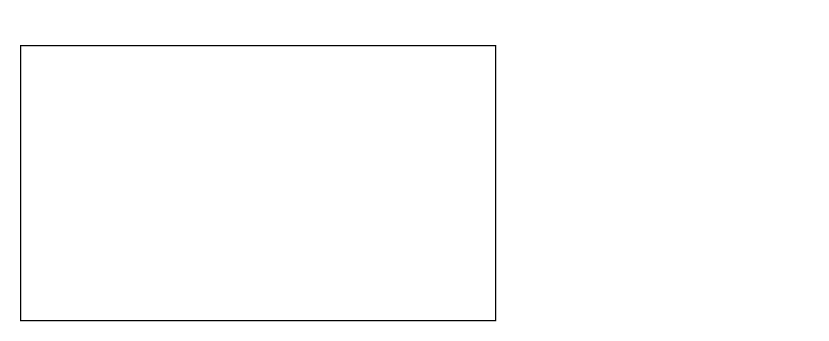
Before: 1st diagram.drawio in Samkalp360/My-1st-repository, a draw.io diagram. Source tidied: cells renumbered, new cells numbered last; positions are measured from the earlier drawing's top-left corner, leaving out a move shared by most shapes. Both pictures are drawn from the tidied source at 125%, with x=0, y=0 at pixel (20, 45).
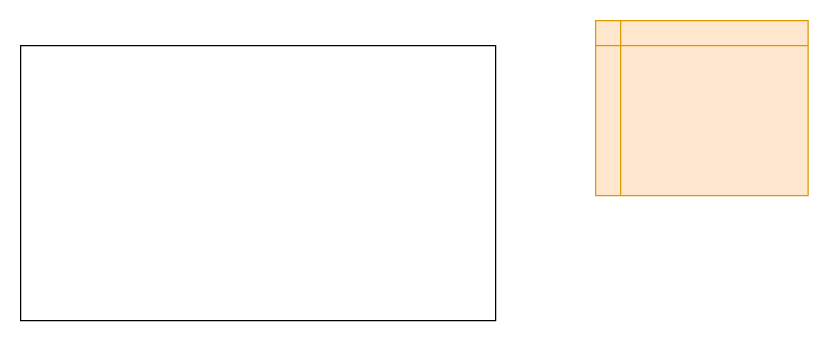
The same page after the edit.

The edit, as a diff of the source:
```diff
@@
 <mxGraphModel>
   <root>
     <mxCell id="0" />
     <mxCell id="1" parent="0" />
     <mxCell id="2" style="rounded=0;whiteSpace=wrap;html=1;" parent="1" vertex="1">
       <mxGeometry width="380" height="220" as="geometry" />
     </mxCell>
+    <mxCell id="3" style="shape=internalStorage;whiteSpace=wrap;html=1;backgroundOutline=1;fillColor=#ffe6cc;strokeColor=#d79b00;" parent="1" vertex="1">
+      <mxGeometry x="460" y="-20" width="170" height="140" as="geometry" />
+    </mxCell>
   </root>
 </mxGraphModel>
```
